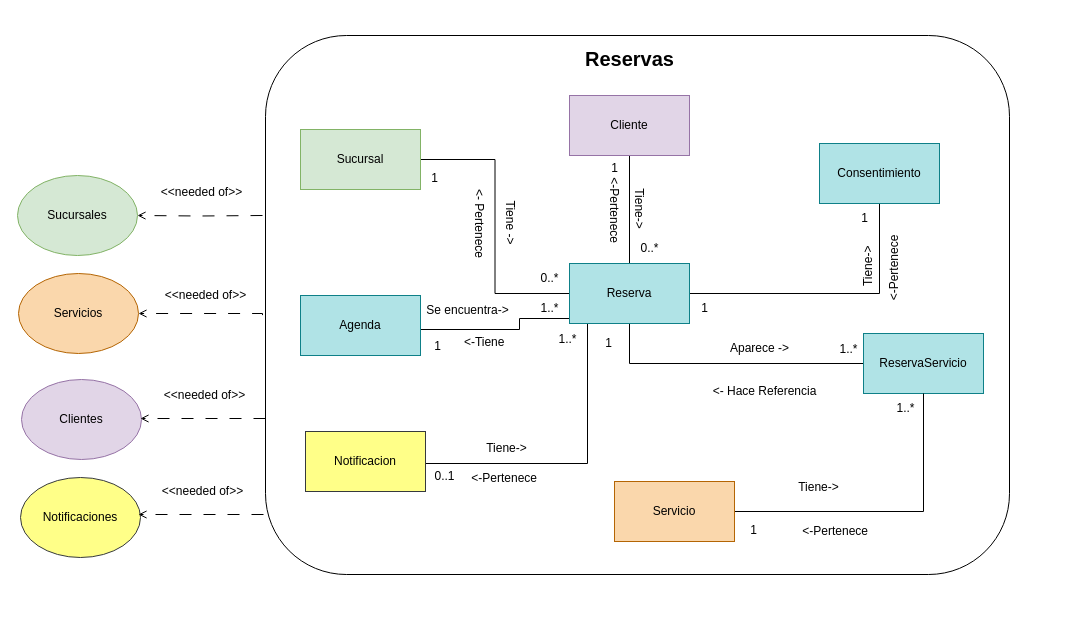
Above: page "4.7 Reservas- ModeloDominioAcotado" (10 of 16) of SpaOnline/ModeloDominioSpa.drawio in cristianospina/DOO (draw.io), before the change. Source tidied: cells renumbered, new cells numbered last; positions are measured from the earlier drawing's top-left corner, leaving out a move shared by most shapes. Both pictures are drawn from the tidied source at 100%, with x=0, y=0 at pixel (17, 35).
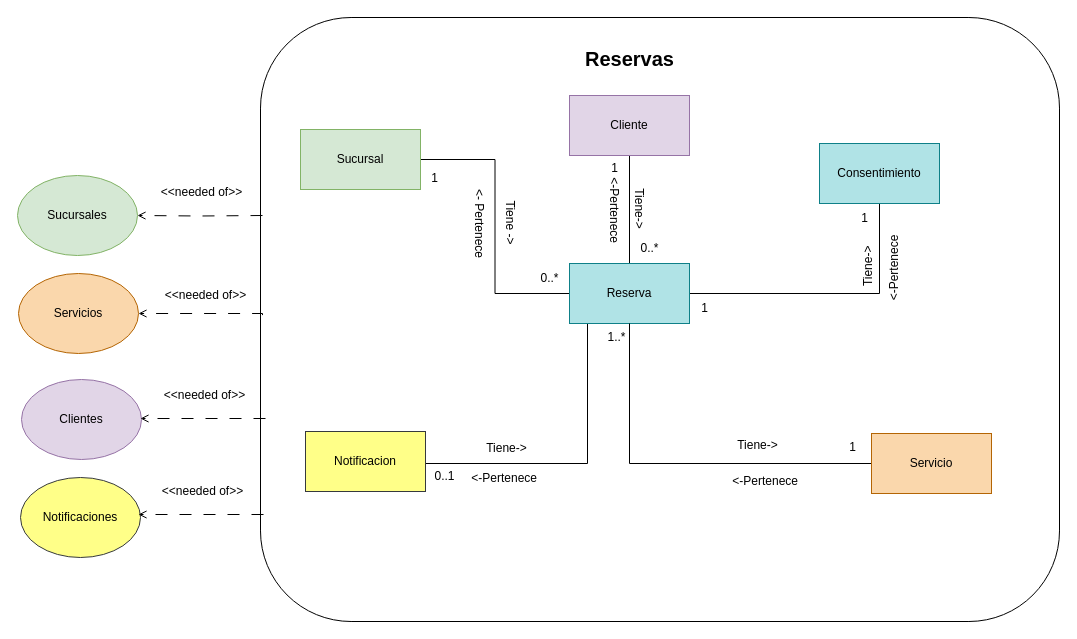
After the change.

Unchanged cells that the change refers to:
```xml
<mxCell id="10" value="Reserva" style="rounded=0;whiteSpace=wrap;html=1;fillColor=#b0e3e6;strokeColor=#0e8088;" parent="1" vertex="1">
  <mxGeometry x="552" y="228" width="120" height="60" as="geometry" />
</mxCell>
```

What changed in the source:
```diff
@@
+    <mxCell id="59" style="rounded=1;whiteSpace=wrap;html=1;" parent="1" vertex="1">
+      <mxGeometry x="243" y="-18" width="799" height="604" as="geometry" />
+    </mxCell>
@@
-    <mxCell id="3" style="rounded=1;whiteSpace=wrap;html=1;" parent="1" vertex="1">
-      <mxGeometry x="248" width="744" height="539" as="geometry" />
-    </mxCell>
@@
-    <mxCell id="6" style="edgeStyle=orthogonalEdgeStyle;rounded=0;jettySize=auto;html=1;endArrow=none;endFill=0;" parent="1" edge="1" source="10" target="12">
-      <mxGeometry relative="1" as="geometry">
-        <Array as="points">
-          <mxPoint x="612" y="328" />
-        </Array>
-      </mxGeometry>
-    </mxCell>
@@
-    <mxCell id="9" style="edgeStyle=orthogonalEdgeStyle;rounded=0;jettySize=auto;html=1;endArrow=none;endFill=0;" parent="1" edge="1" source="10" target="52">
-      <mxGeometry relative="1" as="geometry">
-        <Array as="points">
-          <mxPoint x="502" y="283" />
-          <mxPoint x="502" y="294" />
-        </Array>
-      </mxGeometry>
-    </mxCell>
@@
-    <mxCell id="12" value="ReservaServicio" style="rounded=0;whiteSpace=wrap;html=1;fillColor=#b0e3e6;strokeColor=#0e8088;" parent="1" vertex="1">
-      <mxGeometry x="846" y="298" width="120" height="60" as="geometry" />
-    </mxCell>
-    <mxCell id="13" value="&lt;br&gt;&amp;lt;- Hace Referencia" style="text;html=1;align=center;verticalAlign=middle;rotation=0;fillColor=none;" parent="1" vertex="1">
-      <mxGeometry x="682" y="328" width="130" height="40" as="geometry" />
-    </mxCell>
-    <mxCell id="14" value="Aparece -&amp;gt;" style="text;html=1;align=center;verticalAlign=middle;rotation=0;fillColor=none;" parent="1" vertex="1">
-      <mxGeometry x="702" y="298" width="80" height="30" as="geometry" />
-    </mxCell>
-    <mxCell id="15" value="1..*" style="text;html=1;align=center;verticalAlign=middle;fillColor=none;" parent="1" vertex="1">
-      <mxGeometry x="813" y="301" width="36" height="26" as="geometry" />
-    </mxCell>
-    <mxCell id="16" value="1" style="text;html=1;align=center;verticalAlign=middle;fillColor=none;" parent="1" vertex="1">
-      <mxGeometry x="576" y="293" width="30" height="30" as="geometry" />
+    <mxCell id="16" value="1..*" style="text;html=1;align=center;verticalAlign=middle;fillColor=none;" parent="1" vertex="1">
+      <mxGeometry x="581" y="289" width="36" height="26" as="geometry" />
     </mxCell>
@@
-    <mxCell id="29" style="edgeStyle=orthogonalEdgeStyle;rounded=0;jettySize=auto;html=1;endArrow=none;endFill=0;" parent="1" edge="1" source="30" target="12">
-      <mxGeometry relative="1" as="geometry" />
-    </mxCell>
+    <mxCell id="60" style="edgeStyle=orthogonalEdgeStyle;rounded=0;jettySize=auto;html=1;endArrow=none;endFill=0;" parent="1" edge="1" source="30" target="10">
+      <mxGeometry relative="1" as="geometry" />
+    </mxCell>
     <mxCell id="30" value="Servicio" style="rounded=0;whiteSpace=wrap;html=1;fillColor=#fad7ac;strokeColor=#b46504;" parent="1" vertex="1">
-      <mxGeometry x="597" y="446" width="120" height="60" as="geometry" />
+      <mxGeometry x="854" y="398" width="120" height="60" as="geometry" />
     </mxCell>
@@
-    <mxCell id="36" value="1..*&lt;br&gt;" style="text;html=1;align=center;verticalAlign=middle;fillColor=none;" parent="1" vertex="1">
-      <mxGeometry x="512" y="258" width="40" height="30" as="geometry" />
-    </mxCell>
     <mxCell id="37" value="&amp;nbsp;&amp;lt;-Pertenece" style="text;html=1;align=center;verticalAlign=middle;fillColor=none;" parent="1" vertex="1">
-      <mxGeometry x="771" y="481" width="90" height="30" as="geometry" />
+      <mxGeometry x="701" y="431" width="90" height="30" as="geometry" />
     </mxCell>
     <mxCell id="38" value="Tiene-&amp;gt;" style="text;html=1;align=center;verticalAlign=middle;fillColor=none;" parent="1" vertex="1">
-      <mxGeometry x="771" y="437" width="60" height="30" as="geometry" />
+      <mxGeometry x="710" y="395" width="60" height="30" as="geometry" />
     </mxCell>
-    <mxCell id="39" value="1" style="text;html=1;align=center;verticalAlign=middle;strokeColor=none;fillColor=none;" parent="1" vertex="1">
-      <mxGeometry x="721" y="480" width="30" height="30" as="geometry" />
-    </mxCell>
@@
-    <mxCell id="43" value="1..*" style="text;html=1;align=center;verticalAlign=middle;strokeColor=none;fillColor=none;" parent="1" vertex="1">
-      <mxGeometry x="870" y="360" width="36" height="26" as="geometry" />
-    </mxCell>
@@
-    <mxCell id="50" value="1..*" style="text;html=1;align=center;verticalAlign=middle;strokeColor=none;fillColor=none;" parent="1" vertex="1">
-      <mxGeometry x="532" y="291" width="36" height="26" as="geometry" />
-    </mxCell>
@@
-    <mxCell id="52" value="Agenda" style="rounded=0;whiteSpace=wrap;html=1;fillColor=#b0e3e6;strokeColor=#0e8088;" parent="1" vertex="1">
-      <mxGeometry x="283" y="260" width="120" height="60" as="geometry" />
-    </mxCell>
-    <mxCell id="53" value="Se encuentra-&amp;gt;" style="text;html=1;align=center;verticalAlign=middle;fillColor=none;" parent="1" vertex="1">
-      <mxGeometry x="400" y="262" width="100" height="26" as="geometry" />
-    </mxCell>
-    <mxCell id="54" value="&amp;nbsp;&amp;lt;-Tiene" style="text;html=1;align=center;verticalAlign=middle;fillColor=none;" parent="1" vertex="1">
-      <mxGeometry x="434" y="294" width="62" height="26" as="geometry" />
-    </mxCell>
-    <mxCell id="55" value="1" style="text;html=1;align=center;verticalAlign=middle;strokeColor=none;fillColor=none;" parent="1" vertex="1">
-      <mxGeometry x="407" y="298" width="25" height="26" as="geometry" />
-    </mxCell>
@@
+    <mxCell id="61" value="1" style="text;html=1;align=center;verticalAlign=middle;strokeColor=none;fillColor=none;" parent="1" vertex="1">
+      <mxGeometry x="820" y="397" width="30" height="30" as="geometry" />
+    </mxCell>
```
